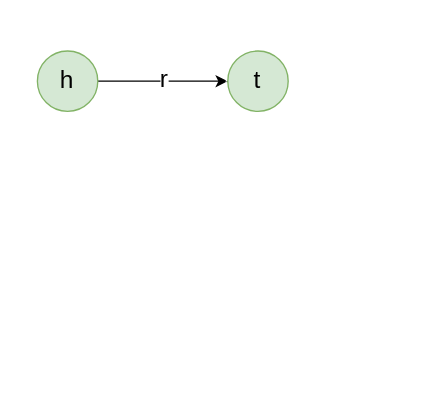
Before: page "Page-2" (2 of 2) of presentations/Untitled Diagram.drawio in across-stars/draw.io, a draw.io diagram. Source tidied: cells renumbered, new cells numbered last; positions are measured from the earlier drawing's top-left corner, leaving out a move shared by most shapes. Both pictures are drawn from the tidied source at 136%, with x=0, y=0 at pixel (37, 50).
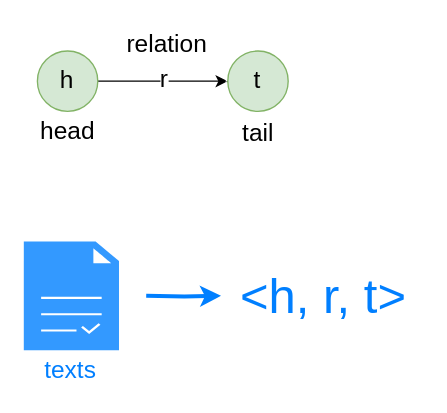
The same diagram, later.

Change to the diagram source:
```diff
@@
 <mxGraphModel>
   <root>
     <mxCell id="0" />
     <mxCell id="1" parent="0" />
     <mxCell id="2" style="group;" parent="1" vertex="1">
-      <mxGeometry width="200" height="60" as="geometry" />
+      <mxGeometry width="200" height="90" as="geometry" />
     </mxCell>
     <mxCell id="3" style="edgeStyle=orthogonalEdgeStyle;rounded=0;jettySize=auto;html=1;exitX=1;exitY=0.5;exitDx=0;exitDy=0;entryX=0;entryY=0.5;entryDx=0;entryDy=0;endArrow=classic;endFill=1;" parent="2" edge="1" source="6" target="7">
       <mxGeometry relative="1" as="geometry" />
     </mxCell>
     <mxCell id="4" value="&lt;font style=&quot;font-size: 18px;&quot;&gt;r&lt;/font&gt;" style="edgeLabel;html=1;align=center;verticalAlign=middle;" parent="3" vertex="1">
       <mxGeometry relative="1" as="geometry">
         <mxPoint y="-2" as="offset" />
       </mxGeometry>
     </mxCell>
     <mxCell id="5" value="Text" style="edgeLabel;html=1;align=center;verticalAlign=middle;" parent="3" vertex="1">
       <mxGeometry x="1" y="-9" relative="1" as="geometry">
         <mxPoint x="8" y="-6" as="offset" />
       </mxGeometry>
     </mxCell>
     <mxCell id="6" value="&lt;font style=&quot;font-size: 18px;&quot;&gt;h&lt;/font&gt;" style="ellipse;whiteSpace=wrap;html=1;fillColor=#d5e8d4;strokeColor=#82b366;" parent="2" vertex="1">
       <mxGeometry width="44.4" height="44.4" as="geometry" />
     </mxCell>
     <mxCell id="7" value="&lt;font style=&quot;font-size: 18px;&quot;&gt;t&lt;/font&gt;" style="ellipse;whiteSpace=wrap;html=1;fillColor=#d5e8d4;strokeColor=#82b366;" parent="2" vertex="1">
       <mxGeometry x="140" width="44.4" height="44.4" as="geometry" />
     </mxCell>
+    <mxCell id="8" value="&lt;font style=&quot;font-size: 18px;&quot;&gt;head&lt;/font&gt;" style="text;html=1;align=center;verticalAlign=middle;strokeColor=none;fillColor=none;" parent="2" vertex="1">
+      <mxGeometry x="-7.6" y="44" width="60" height="30" as="geometry" />
+    </mxCell>
+    <mxCell id="9" value="&lt;font style=&quot;font-size: 18px;&quot;&gt;tail&lt;/font&gt;" style="text;html=1;align=center;verticalAlign=middle;strokeColor=none;fillColor=none;" parent="2" vertex="1">
+      <mxGeometry x="137.2" y="46" width="50" height="30" as="geometry" />
+    </mxCell>
+    <mxCell id="10" value="&lt;font style=&quot;font-size: 18px;&quot;&gt;relation&lt;/font&gt;" style="text;html=1;align=center;verticalAlign=middle;strokeColor=none;fillColor=none;" parent="1" vertex="1">
+      <mxGeometry x="55" y="-20" width="80" height="30" as="geometry" />
+    </mxCell>
+    <mxCell id="11" style="edgeStyle=orthogonalEdgeStyle;rounded=0;jettySize=auto;html=1;strokeWidth=3;strokeColor=#007FFF;" parent="1" edge="1" target="13">
+      <mxGeometry relative="1" as="geometry">
+        <mxPoint x="80" y="180" as="sourcePoint" />
+      </mxGeometry>
+    </mxCell>
+    <mxCell id="12" style="sketch=0;shadow=0;dashed=0;html=1;strokeColor=none;fillColor=#3399FF;labelPosition=center;verticalLabelPosition=bottom;verticalAlign=top;align=center;shape=mxgraph.veeam2.report;" parent="1" vertex="1">
+      <mxGeometry x="-10" y="140" width="70" height="80" as="geometry" />
+    </mxCell>
+    <mxCell id="13" value="&lt;font color=&quot;#007fff&quot; style=&quot;font-size: 36px;&quot;&gt;&amp;lt;h, r, t&amp;gt;&lt;/font&gt;" style="text;html=1;align=center;verticalAlign=middle;points=[];strokeColor=none;fillColor=none;" parent="1" vertex="1">
+      <mxGeometry x="135" y="150" width="150" height="60" as="geometry" />
+    </mxCell>
+    <mxCell id="14" value="&lt;font color=&quot;#007fff&quot; style=&quot;font-size: 18px;&quot;&gt;texts&lt;/font&gt;" style="text;html=1;align=center;verticalAlign=middle;strokeColor=none;fillColor=none;" parent="1" vertex="1">
+      <mxGeometry x="-6" y="220" width="60" height="30" as="geometry" />
+    </mxCell>
   </root>
 </mxGraphModel>
```
